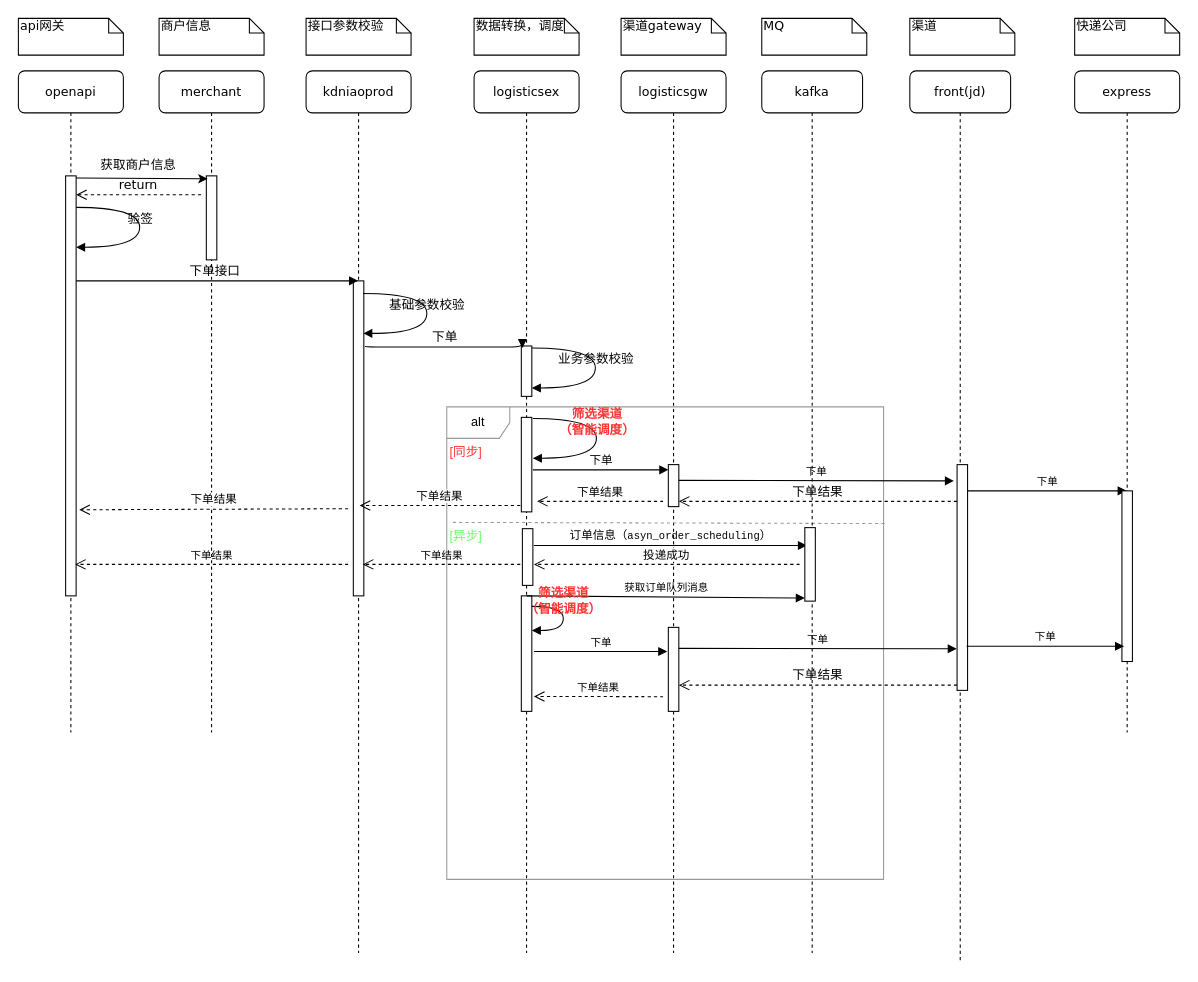
The draw.io diagram 上门取件下单.drawio in unclequentin/diagrams, before the edit. Source tidied: cells renumbered, new cells numbered last; positions are measured from the earlier drawing's top-left corner, leaving out a move shared by most shapes. Both pictures are drawn from the tidied source at 105%, with x=0, y=0 at pixel (18, 18).
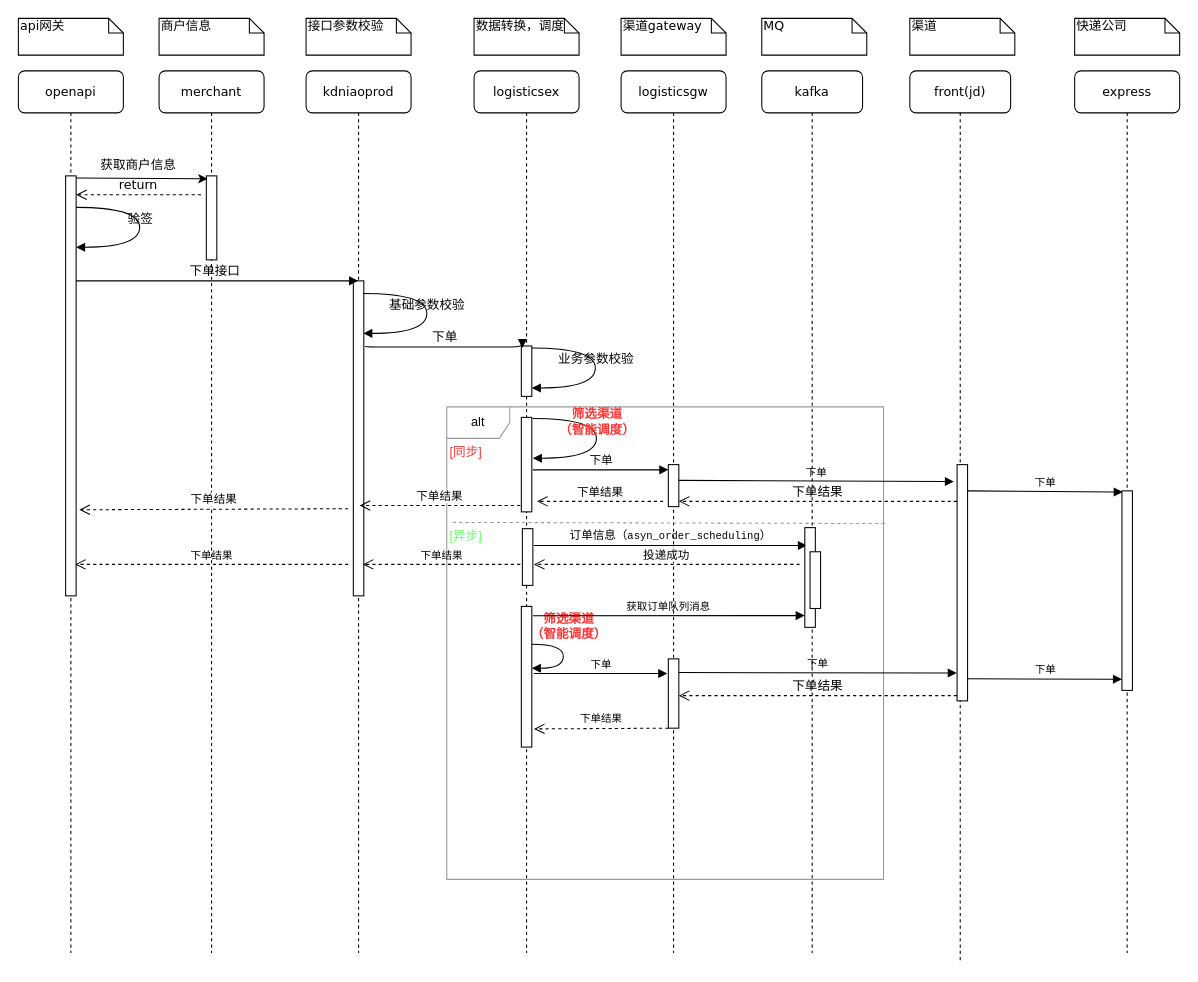
Above is the later version.

Commit message (it also covers changes not shown here):
更新上门取件下单.drawio

The change refers to these unchanged cells:
```xml
<mxCell id="5" value="logisticsex" style="shape=umlLifeline;perimeter=lifelinePerimeter;whiteSpace=wrap;html=1;rounded=1;shadow=0;comic=0;labelBackgroundColor=none;strokeWidth=1;fontFamily=Verdana;fontSize=12;align=center;" parent="1" vertex="1">
  <mxGeometry x="434" y="50" width="100" height="840" as="geometry" />
</mxCell>
<mxCell id="13" value="logisticsgw" style="shape=umlLifeline;perimeter=lifelinePerimeter;whiteSpace=wrap;html=1;rounded=1;shadow=0;comic=0;labelBackgroundColor=none;strokeWidth=1;fontFamily=Verdana;fontSize=12;align=center;" parent="1" vertex="1">
  <mxGeometry x="574" y="50" width="100" height="840" as="geometry" />
</mxCell>
<mxCell id="15" value="front(jd)" style="shape=umlLifeline;perimeter=lifelinePerimeter;whiteSpace=wrap;html=1;rounded=1;shadow=0;comic=0;labelBackgroundColor=none;strokeWidth=1;fontFamily=Verdana;fontSize=12;align=center;" parent="1" vertex="1">
  <mxGeometry x="849" y="50" width="96" height="850" as="geometry" />
</mxCell>
<mxCell id="46" value="kafka" style="shape=umlLifeline;perimeter=lifelinePerimeter;whiteSpace=wrap;html=1;rounded=1;shadow=0;comic=0;labelBackgroundColor=none;strokeWidth=1;fontFamily=Verdana;fontSize=12;align=center;" parent="1" vertex="1">
  <mxGeometry x="708" y="50" width="96" height="840" as="geometry" />
</mxCell>
```

Change to the diagram source:
```diff
@@
     <mxCell id="10" style="html=1;points=[];perimeter=orthogonalPerimeter;fontSize=10;fontColor=#000000;" parent="5" vertex="1">
-      <mxGeometry x="45" y="500" width="10" height="110" as="geometry" />
+      <mxGeometry x="45" y="510" width="10" height="134" as="geometry" />
     </mxCell>
-    <mxCell id="11" value="获取订单队列消息" style="html=1;verticalAlign=bottom;endArrow=block;rounded=0;labelBackgroundColor=none;fontSize=10;fontColor=#000000;strokeColor=#000000;curved=1;exitX=0.5;exitY=0;exitDx=0;exitDy=0;exitPerimeter=0;" parent="5" edge="1" source="10">
-      <mxGeometry relative="1" as="geometry">
-        <mxPoint x="315" y="502" as="targetPoint" />
-      </mxGeometry>
-    </mxCell>
     <mxCell id="12" value="&lt;b style=&quot;border-color: var(--border-color);&quot;&gt;&lt;font style=&quot;border-color: var(--border-color);&quot; color=&quot;#ff3333&quot;&gt;筛选渠道&lt;br style=&quot;border-color: var(--border-color);&quot;&gt;（智能调度）&lt;/font&gt;&lt;/b&gt;" style="html=1;verticalAlign=bottom;endArrow=block;labelBackgroundColor=none;fontFamily=Verdana;fontSize=12;elbow=vertical;edgeStyle=orthogonalEdgeStyle;curved=1;" parent="5" edge="1">
-      <mxGeometry relative="1" as="geometry">
-        <mxPoint x="55" y="510" as="sourcePoint" />
-        <mxPoint x="55" y="533" as="targetPoint" />
+      <mxGeometry x="-0.28" y="5" relative="1" as="geometry">
+        <mxPoint x="55" y="546" as="sourcePoint" />
+        <mxPoint x="55" y="569" as="targetPoint" />
         <Array as="points">
-          <mxPoint x="85" y="510" />
-          <mxPoint x="85" y="533" />
-          <mxPoint x="55" y="533" />
+          <mxPoint x="85" y="546" />
+          <mxPoint x="85" y="569" />
+          <mxPoint x="55" y="569" />
         </Array>
       </mxGeometry>
     </mxCell>
@@
     <mxCell id="14" style="html=1;points=[];perimeter=orthogonalPerimeter;rounded=0;shadow=0;comic=0;labelBackgroundColor=none;strokeWidth=1;fontFamily=Verdana;fontSize=12;align=center;" parent="13" vertex="1">
-      <mxGeometry x="45" y="530" width="10" height="80" as="geometry" />
+      <mxGeometry x="45" y="560" width="10" height="66" as="geometry" />
     </mxCell>
@@
     <mxCell id="16" style="html=1;points=[];perimeter=orthogonalPerimeter;rounded=0;shadow=0;comic=0;labelBackgroundColor=none;strokeWidth=1;fontFamily=Verdana;fontSize=12;align=center;" parent="15" vertex="1">
-      <mxGeometry x="45" y="375" width="10" height="215" as="geometry" />
+      <mxGeometry x="45" y="375" width="10" height="225" as="geometry" />
     </mxCell>
-    <mxCell id="17" value="下单" style="html=1;verticalAlign=bottom;endArrow=block;rounded=0;labelBackgroundColor=none;fontSize=10;fontColor=#000000;curved=1;" parent="15" edge="1" target="18">
+    <mxCell id="17" value="下单" style="html=1;verticalAlign=bottom;endArrow=block;rounded=0;labelBackgroundColor=none;fontSize=10;fontColor=#000000;curved=1;entryX=0.075;entryY=0.006;entryDx=0;entryDy=0;entryPerimeter=0;" parent="15" edge="1" target="19">
       <mxGeometry relative="1" as="geometry">
         <mxPoint x="55" y="400" as="sourcePoint" />
       </mxGeometry>
     </mxCell>
     <mxCell id="18" value="express" style="shape=umlLifeline;perimeter=lifelinePerimeter;whiteSpace=wrap;html=1;outlineConnect=0;rounded=1;shadow=0;comic=0;labelBackgroundColor=none;strokeWidth=1;fontFamily=Verdana;fontSize=12;align=center;" parent="1" vertex="1">
-      <mxGeometry x="1006" y="50" width="100" height="630" as="geometry" />
+      <mxGeometry x="1006" y="50" width="100" height="840" as="geometry" />
     </mxCell>
     <mxCell id="19" style="html=1;points=[];perimeter=orthogonalPerimeter;rounded=0;shadow=0;comic=0;labelBackgroundColor=none;strokeWidth=1;fontFamily=Verdana;fontSize=12;align=center;" parent="18" vertex="1">
-      <mxGeometry x="45" y="400" width="10" height="162.5" as="geometry" />
+      <mxGeometry x="45" y="400" width="10" height="190" as="geometry" />
     </mxCell>
     <mxCell id="20" value="merchant" style="shape=umlLifeline;perimeter=lifelinePerimeter;whiteSpace=wrap;html=1;rounded=1;shadow=0;comic=0;labelBackgroundColor=none;strokeWidth=1;fontFamily=Verdana;fontSize=12;align=center;" parent="1" vertex="1">
-      <mxGeometry x="134" y="50" width="100" height="630" as="geometry" />
+      <mxGeometry x="134" y="50" width="100" height="840" as="geometry" />
     </mxCell>
@@
     <mxCell id="32" value="openapi" style="shape=umlLifeline;perimeter=lifelinePerimeter;whiteSpace=wrap;html=1;outlineConnect=0;rounded=1;shadow=0;comic=0;labelBackgroundColor=none;strokeWidth=1;fontFamily=Verdana;fontSize=12;align=center;" parent="1" vertex="1">
-      <mxGeometry y="50" width="100" height="630" as="geometry" />
+      <mxGeometry y="50" width="100" height="840" as="geometry" />
     </mxCell>
@@
     <mxCell id="47" style="html=1;points=[];perimeter=orthogonalPerimeter;rounded=0;shadow=0;comic=0;labelBackgroundColor=none;strokeWidth=1;fontFamily=Verdana;fontSize=12;align=center;" parent="46" vertex="1">
-      <mxGeometry x="41" y="435" width="10" height="70" as="geometry" />
+      <mxGeometry x="41" y="435" width="10" height="95" as="geometry" />
     </mxCell>
-    <mxCell id="48" value="下单" style="html=1;verticalAlign=bottom;endArrow=block;rounded=0;labelBackgroundColor=none;fontSize=10;fontColor=#000000;curved=1;entryX=-0.033;entryY=0.816;entryDx=0;entryDy=0;entryPerimeter=0;" parent="46" edge="1" target="16">
+    <mxCell id="48" value="下单" style="html=1;verticalAlign=bottom;endArrow=block;rounded=0;labelBackgroundColor=none;fontSize=10;fontColor=#000000;curved=1;entryX=-0.033;entryY=0.816;entryDx=0;entryDy=0;entryPerimeter=0;" parent="46" edge="1">
       <mxGeometry relative="1" as="geometry">
-        <mxPoint x="-79" y="550" as="sourcePoint" />
+        <mxPoint x="-79" y="573" as="sourcePoint" />
+        <mxPoint x="185.7" y="573.4" as="targetPoint" />
       </mxGeometry>
     </mxCell>
@@
     <mxCell id="52" value="下单" style="html=1;verticalAlign=bottom;endArrow=block;rounded=0;labelBackgroundColor=none;fontSize=10;fontColor=#000000;curved=1;entryX=0.2;entryY=0.222;entryDx=0;entryDy=0;entryPerimeter=0;" parent="1" edge="1">
       <mxGeometry relative="1" as="geometry">
-        <mxPoint x="491" y="603" as="sourcePoint" />
-        <mxPoint x="618" y="603" as="targetPoint" />
+        <mxPoint x="491" y="624" as="sourcePoint" />
+        <mxPoint x="618" y="624" as="targetPoint" />
       </mxGeometry>
     </mxCell>
@@
     <mxCell id="55" value="下单结果" style="html=1;verticalAlign=bottom;endArrow=open;dashed=1;endSize=8;labelBackgroundColor=none;fontFamily=Verdana;fontSize=12;edgeStyle=elbowEdgeStyle;elbow=vertical;" parent="1" edge="1">
       <mxGeometry relative="1" as="geometry">
-        <mxPoint x="894" y="635" as="sourcePoint" />
-        <mxPoint x="629" y="635" as="targetPoint" />
+        <mxPoint x="894" y="645" as="sourcePoint" />
+        <mxPoint x="629" y="645" as="targetPoint" />
         <Array as="points">
-          <mxPoint x="878" y="635" />
-          <mxPoint x="908" y="635" />
+          <mxPoint x="878" y="645" />
+          <mxPoint x="908" y="645" />
         </Array>
       </mxGeometry>
     </mxCell>
-    <mxCell id="56" value="下单结果" style="html=1;verticalAlign=bottom;endArrow=open;dashed=1;endSize=8;rounded=0;labelBackgroundColor=none;fontSize=10;fontColor=#000000;curved=1;entryX=1.2;entryY=0.871;entryDx=0;entryDy=0;entryPerimeter=0;" parent="1" edge="1" target="10">
-      <mxGeometry relative="1" as="geometry">
-        <mxPoint x="614" y="646" as="sourcePoint" />
-      </mxGeometry>
+    <mxCell id="56" value="下单结果" style="html=1;verticalAlign=bottom;endArrow=open;dashed=1;endSize=8;rounded=0;labelBackgroundColor=none;fontSize=10;fontColor=#000000;curved=1;entryX=1.2;entryY=0.871;entryDx=0;entryDy=0;entryPerimeter=0;" parent="1" edge="1" source="14" target="10">
+      <mxGeometry relative="1" as="geometry" />
     </mxCell>
@@
-    <mxCell id="59" value="下单" style="html=1;verticalAlign=bottom;endArrow=block;rounded=0;labelBackgroundColor=none;fontSize=10;fontColor=#000000;curved=1;" parent="1" edge="1">
+    <mxCell id="59" value="下单" style="html=1;verticalAlign=bottom;endArrow=block;rounded=0;labelBackgroundColor=none;fontSize=10;fontColor=#000000;curved=1;entryX=0.005;entryY=0.944;entryDx=0;entryDy=0;entryPerimeter=0;" parent="1" edge="1" target="19">
       <mxGeometry relative="1" as="geometry">
-        <mxPoint x="903" y="598" as="sourcePoint" />
-        <mxPoint x="1053" y="598" as="targetPoint" />
+        <mxPoint x="904" y="629" as="sourcePoint" />
       </mxGeometry>
     </mxCell>
@@
+    <mxCell id="11" value="获取订单队列消息" style="html=1;verticalAlign=bottom;endArrow=block;rounded=0;labelBackgroundColor=none;fontSize=10;fontColor=#000000;strokeColor=#000000;curved=1;entryX=-0.011;entryY=0.882;entryDx=0;entryDy=0;entryPerimeter=0;" parent="1" edge="1" target="47">
+      <mxGeometry relative="1" as="geometry">
+        <mxPoint x="490" y="569" as="sourcePoint" />
+      </mxGeometry>
+    </mxCell>
+    <mxCell id="61" style="html=1;perimeter=orthogonalPerimeter;rounded=0;shadow=0;comic=0;labelBackgroundColor=none;strokeColor=#000000;strokeWidth=1;fillColor=#FFFFFF;fontFamily=Verdana;fontSize=12;fontColor=#000000;align=center;" parent="1" vertex="1">
+      <mxGeometry x="754" y="508" width="10" height="54" as="geometry" />
+    </mxCell>
```
